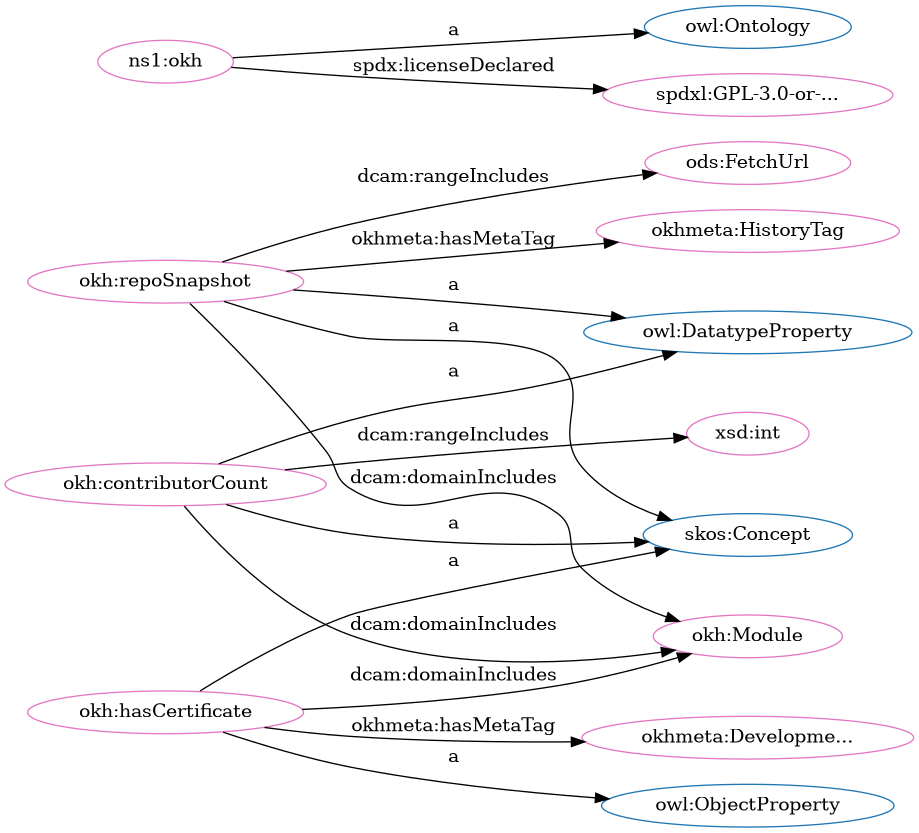
iop-alliance/OpenKnowHow keeps this Graphviz diagram as src/spec/dot_okh_proposed.png. Above is the earlier version. Its source is kept beside it as src/spec/dot_okh_proposed.dot.
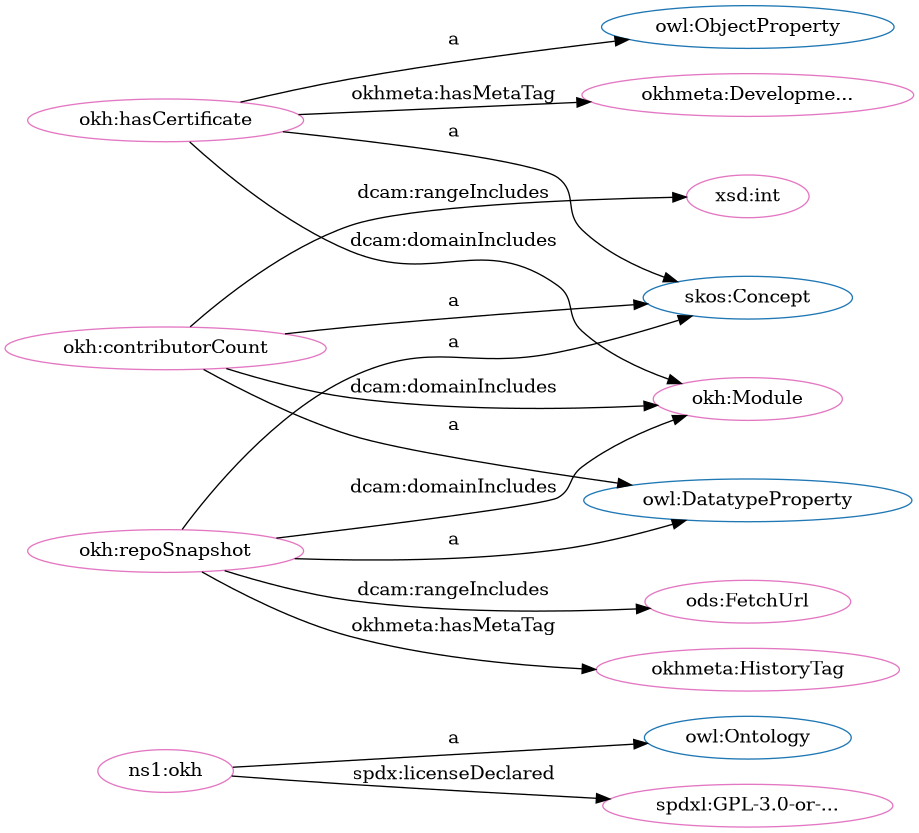
Later version of the same file.

What changed in the source:
```diff
@@ -1,33 +1,33 @@
 digraph G {
   rankdir=BT
   node[height=.3]
+"http://www.w3.org/2002/07/owl#Ontology" [fillcolor="#1f77b4" color="#1f77b4" label="owl:Ontology"]
 "http://www.w3.org/2004/02/skos/core#Concept" [fillcolor="#1f77b4" color="#1f77b4" label="skos:Concept"]
+"http://www.w3.org/2002/07/owl#ObjectProperty" [fillcolor="#1f77b4" color="#1f77b4" label="owl:ObjectProperty"]
 "http://www.w3.org/2002/07/owl#DatatypeProperty" [fillcolor="#1f77b4" color="#1f77b4" label="owl:DatatypeProperty"]
-"http://www.w3.org/2002/07/owl#ObjectProperty" [fillcolor="#1f77b4" color="#1f77b4" label="owl:ObjectProperty"]
-"http://www.w3.org/2002/07/owl#Ontology" [fillcolor="#1f77b4" color="#1f77b4" label="owl:Ontology"]
+"http://w3id.org/oseg/ont/ods#FetchUrl" [fillcolor="#e377c2" color="#e377c2" label="ods:FetchUrl"]
+"http://w3id.org/oseg/ont/okhmeta#HistoryTag" [fillcolor="#e377c2" color="#e377c2" label="okhmeta:HistoryTag"]
+"http://w3id.org/oseg/ont/okh#hasCertificate" [fillcolor="#e377c2" color="#e377c2" label="okh:hasCertificate"]
+"http://w3id.org/oseg/ont/okh#contributorCount" [fillcolor="#e377c2" color="#e377c2" label="okh:contributorCount"]
 "http://w3id.org/oseg/ont/okh#repoSnapshot" [fillcolor="#e377c2" color="#e377c2" label="okh:repoSnapshot"]
-"http://w3id.org/oseg/ont/okh#hasCertificate" [fillcolor="#e377c2" color="#e377c2" label="okh:hasCertificate"]
+"http://w3id.org/oseg/ont/okhmeta#DevelopmentTag" [fillcolor="#e377c2" color="#e377c2" label="okhmeta:Developme..."]
 "http://w3id.org/oseg/ont/okh#Module" [fillcolor="#e377c2" color="#e377c2" label="okh:Module"]
-"http://w3id.org/oseg/ont/ods#FetchUrl" [fillcolor="#e377c2" color="#e377c2" label="ods:FetchUrl"]
-"http://w3id.org/oseg/ont/okh#contributorCount" [fillcolor="#e377c2" color="#e377c2" label="okh:contributorCount"]
+"http://www.w3.org/2001/XMLSchema#int" [fillcolor="#e377c2" color="#e377c2" label="xsd:int"]
 "http://spdx.org/licenses/GPL-3.0-or-later" [fillcolor="#e377c2" color="#e377c2" label="spdxl:GPL-3.0-or-..."]
-"http://www.w3.org/2001/XMLSchema#int" [fillcolor="#e377c2" color="#e377c2" label="xsd:int"]
 "http://w3id.org/oseg/ont/okh" [fillcolor="#e377c2" color="#e377c2" label="ns1:okh"]
-"http://w3id.org/oseg/ont/okhmeta#DevelopmentTag" [fillcolor="#e377c2" color="#e377c2" label="okhmeta:Developme..."]
-"http://w3id.org/oseg/ont/okhmeta#HistoryTag" [fillcolor="#e377c2" color="#e377c2" label="okhmeta:HistoryTag"]
+  "http://w3id.org/oseg/ont/okh#repoSnapshot" -> "http://w3id.org/oseg/ont/ods#FetchUrl" [label="dcam:rangeIncludes"]
+  "http://w3id.org/oseg/ont/okh#repoSnapshot" -> "http://w3id.org/oseg/ont/okhmeta#HistoryTag" [label="okhmeta:hasMetaTag"]
+  "http://w3id.org/oseg/ont/okh#contributorCount" -> "http://www.w3.org/2002/07/owl#DatatypeProperty" [label="a"]
   "http://w3id.org/oseg/ont/okh#repoSnapshot" -> "http://www.w3.org/2004/02/skos/core#Concept" [label="a"]
-  "http://w3id.org/oseg/ont/okh#hasCertificate" -> "http://www.w3.org/2004/02/skos/core#Concept" [label="a"]
-  "http://w3id.org/oseg/ont/okh#repoSnapshot" -> "http://w3id.org/oseg/ont/ods#FetchUrl" [label="dcam:rangeIncludes"]
-  "http://w3id.org/oseg/ont/okh#contributorCount" -> "http://www.w3.org/2004/02/skos/core#Concept" [label="a"]
-  "http://w3id.org/oseg/ont/okh#contributorCount" -> "http://www.w3.org/2001/XMLSchema#int" [label="dcam:rangeIncludes"]
   "http://w3id.org/oseg/ont/okh#hasCertificate" -> "http://w3id.org/oseg/ont/okhmeta#DevelopmentTag" [label="okhmeta:hasMetaTag"]
   "http://w3id.org/oseg/ont/okh#repoSnapshot" -> "http://w3id.org/oseg/ont/okh#Module" [label="dcam:domainIncludes"]
+  "http://w3id.org/oseg/ont/okh" -> "http://spdx.org/licenses/GPL-3.0-or-later" [label="spdx:licenseDeclared"]
   "http://w3id.org/oseg/ont/okh#hasCertificate" -> "http://w3id.org/oseg/ont/okh#Module" [label="dcam:domainIncludes"]
-  "http://w3id.org/oseg/ont/okh" -> "http://spdx.org/licenses/GPL-3.0-or-later" [label="spdx:licenseDeclared"]
+  "http://w3id.org/oseg/ont/okh#repoSnapshot" -> "http://www.w3.org/2002/07/owl#DatatypeProperty" [label="a"]
+  "http://w3id.org/oseg/ont/okh#hasCertificate" -> "http://www.w3.org/2004/02/skos/core#Concept" [label="a"]
+  "http://w3id.org/oseg/ont/okh#contributorCount" -> "http://www.w3.org/2001/XMLSchema#int" [label="dcam:rangeIncludes"]
   "http://w3id.org/oseg/ont/okh#contributorCount" -> "http://w3id.org/oseg/ont/okh#Module" [label="dcam:domainIncludes"]
+  "http://w3id.org/oseg/ont/okh#contributorCount" -> "http://www.w3.org/2004/02/skos/core#Concept" [label="a"]
+  "http://w3id.org/oseg/ont/okh#hasCertificate" -> "http://www.w3.org/2002/07/owl#ObjectProperty" [label="a"]
   "http://w3id.org/oseg/ont/okh" -> "http://www.w3.org/2002/07/owl#Ontology" [label="a"]
-  "http://w3id.org/oseg/ont/okh#repoSnapshot" -> "http://www.w3.org/2002/07/owl#DatatypeProperty" [label="a"]
-  "http://w3id.org/oseg/ont/okh#repoSnapshot" -> "http://w3id.org/oseg/ont/okhmeta#HistoryTag" [label="okhmeta:hasMetaTag"]
-  "http://w3id.org/oseg/ont/okh#contributorCount" -> "http://www.w3.org/2002/07/owl#DatatypeProperty" [label="a"]
-  "http://w3id.org/oseg/ont/okh#hasCertificate" -> "http://www.w3.org/2002/07/owl#ObjectProperty" [label="a"]
 }
```
